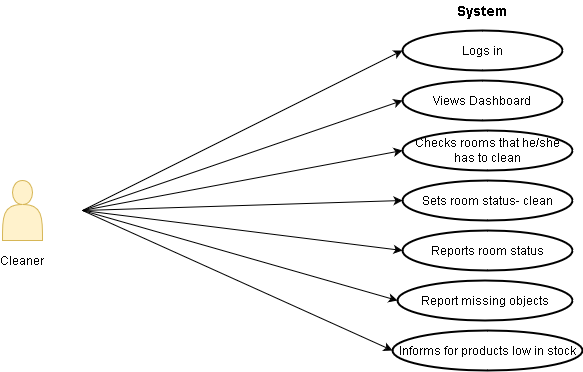
Sonja17/Hotel-Management-System keeps this draw.io diagram as Diagrams/Use Case/Cleaner.png. Above is the earlier version. Source tidied: cells renumbered, new cells last; positions are measured from the earlier drawing's top-left corner, leaving out a move shared by most shapes. Its diagram source:
```xml
<mxGraphModel>
  <root>
    <mxCell id="0" />
    <mxCell id="1" parent="0" />
    <mxCell id="2" style="shape=actor;whiteSpace=wrap;html=1;fillColor=#fff2cc;strokeColor=#d6b656;" parent="1" vertex="1">
      <mxGeometry y="180" width="40" height="60" as="geometry" />
    </mxCell>
    <mxCell id="3" value="Cleaner" style="text;html=1;strokeColor=none;fillColor=none;align=center;verticalAlign=middle;whiteSpace=wrap;rounded=0;" parent="1" vertex="1">
      <mxGeometry y="250" width="40" height="20" as="geometry" />
    </mxCell>
    <mxCell id="4" value="&lt;b&gt;&lt;font style=&quot;font-size: 14px&quot;&gt;System&lt;/font&gt;&lt;/b&gt;" style="text;html=1;strokeColor=none;fillColor=none;align=center;verticalAlign=middle;whiteSpace=wrap;rounded=0;" parent="1" vertex="1">
      <mxGeometry x="460" width="40" height="20" as="geometry" />
    </mxCell>
    <mxCell id="5" value="Views Dashboard" style="strokeWidth=2;html=1;shape=mxgraph.flowchart.start_1;whiteSpace=wrap;" parent="1" vertex="1">
      <mxGeometry x="400" y="80" width="160" height="40" as="geometry" />
    </mxCell>
    <mxCell id="6" value="Logs in " style="strokeWidth=2;html=1;shape=mxgraph.flowchart.start_1;whiteSpace=wrap;" parent="1" vertex="1">
      <mxGeometry x="400" y="30" width="160" height="40" as="geometry" />
    </mxCell>
    <mxCell id="7" value="Checks rooms that he/she has to clean" style="strokeWidth=2;html=1;shape=mxgraph.flowchart.start_1;whiteSpace=wrap;" parent="1" vertex="1">
      <mxGeometry x="400" y="130" width="170" height="40" as="geometry" />
    </mxCell>
    <mxCell id="8" value="Sets room status- clean" style="strokeWidth=2;html=1;shape=mxgraph.flowchart.start_1;whiteSpace=wrap;" parent="1" vertex="1">
      <mxGeometry x="400" y="180" width="170" height="40" as="geometry" />
    </mxCell>
    <mxCell id="9" style="endArrow=classic;html=1;entryX=0;entryY=0.5;entryDx=0;entryDy=0;entryPerimeter=0;" parent="1" edge="1" target="8">
      <mxGeometry relative="1" as="geometry">
        <mxPoint x="80" y="210" as="sourcePoint" />
      </mxGeometry>
    </mxCell>
    <mxCell id="10" style="endArrow=classic;html=1;entryX=0;entryY=0.5;entryDx=0;entryDy=0;entryPerimeter=0;" parent="1" edge="1" target="7">
      <mxGeometry relative="1" as="geometry">
        <mxPoint x="80" y="210" as="sourcePoint" />
      </mxGeometry>
    </mxCell>
    <mxCell id="11" style="endArrow=classic;html=1;entryX=0;entryY=0.5;entryDx=0;entryDy=0;entryPerimeter=0;" parent="1" edge="1" target="6">
      <mxGeometry relative="1" as="geometry">
        <mxPoint x="80" y="210" as="sourcePoint" />
      </mxGeometry>
    </mxCell>
    <mxCell id="12" style="endArrow=classic;html=1;entryX=0;entryY=0.5;entryDx=0;entryDy=0;entryPerimeter=0;" parent="1" edge="1" target="5">
      <mxGeometry relative="1" as="geometry">
        <mxPoint x="80" y="210" as="sourcePoint" />
      </mxGeometry>
    </mxCell>
    <mxCell id="13" value="Report missing objects" style="strokeWidth=2;html=1;shape=mxgraph.flowchart.start_1;whiteSpace=wrap;" parent="1" vertex="1">
      <mxGeometry x="395" y="280" width="175" height="40" as="geometry" />
    </mxCell>
    <mxCell id="14" value="Reports room status" style="strokeWidth=2;html=1;shape=mxgraph.flowchart.start_1;whiteSpace=wrap;" parent="1" vertex="1">
      <mxGeometry x="400" y="230" width="170" height="40" as="geometry" />
    </mxCell>
    <mxCell id="15" style="endArrow=classic;html=1;entryX=0;entryY=0.5;entryDx=0;entryDy=0;entryPerimeter=0;" parent="1" edge="1" target="14">
      <mxGeometry relative="1" as="geometry">
        <mxPoint x="80" y="210" as="sourcePoint" />
      </mxGeometry>
    </mxCell>
    <mxCell id="16" style="endArrow=classic;html=1;entryX=0;entryY=0.5;entryDx=0;entryDy=0;entryPerimeter=0;" parent="1" edge="1" target="13">
      <mxGeometry relative="1" as="geometry">
        <mxPoint x="80" y="210" as="sourcePoint" />
      </mxGeometry>
    </mxCell>
    <mxCell id="17" value="Informs for products low in stock" style="strokeWidth=2;html=1;shape=mxgraph.flowchart.start_1;whiteSpace=wrap;" parent="1" vertex="1">
      <mxGeometry x="390" y="330" width="190" height="40" as="geometry" />
    </mxCell>
    <mxCell id="18" style="endArrow=classic;html=1;entryX=0;entryY=0.5;entryDx=0;entryDy=0;entryPerimeter=0;" parent="1" edge="1" target="17">
      <mxGeometry relative="1" as="geometry">
        <mxPoint x="80" y="210" as="sourcePoint" />
      </mxGeometry>
    </mxCell>
  </root>
</mxGraphModel>
```
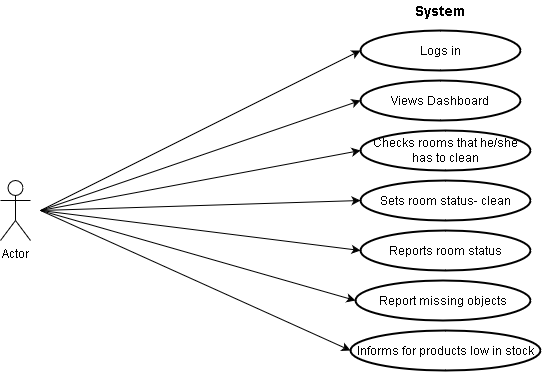
After the change.

The edit, as a diff of the source:
```diff
@@ -2,12 +2,6 @@
   <root>
     <mxCell id="0" />
     <mxCell id="1" parent="0" />
-    <mxCell id="2" style="shape=actor;whiteSpace=wrap;html=1;fillColor=#fff2cc;strokeColor=#d6b656;" parent="1" vertex="1">
-      <mxGeometry y="180" width="40" height="60" as="geometry" />
-    </mxCell>
-    <mxCell id="3" value="Cleaner" style="text;html=1;strokeColor=none;fillColor=none;align=center;verticalAlign=middle;whiteSpace=wrap;rounded=0;" parent="1" vertex="1">
-      <mxGeometry y="250" width="40" height="20" as="geometry" />
-    </mxCell>
     <mxCell id="4" value="&lt;b&gt;&lt;font style=&quot;font-size: 14px&quot;&gt;System&lt;/font&gt;&lt;/b&gt;" style="text;html=1;strokeColor=none;fillColor=none;align=center;verticalAlign=middle;whiteSpace=wrap;rounded=0;" parent="1" vertex="1">
       <mxGeometry x="460" width="40" height="20" as="geometry" />
     </mxCell>
@@ -67,5 +61,8 @@
         <mxPoint x="80" y="210" as="sourcePoint" />
       </mxGeometry>
     </mxCell>
+    <mxCell id="19" value="Actor" style="shape=umlActor;verticalLabelPosition=bottom;labelBackgroundColor=#ffffff;verticalAlign=top;html=1;" parent="1" vertex="1">
+      <mxGeometry x="40" y="180" width="30" height="60" as="geometry" />
+    </mxCell>
   </root>
 </mxGraphModel>
```
